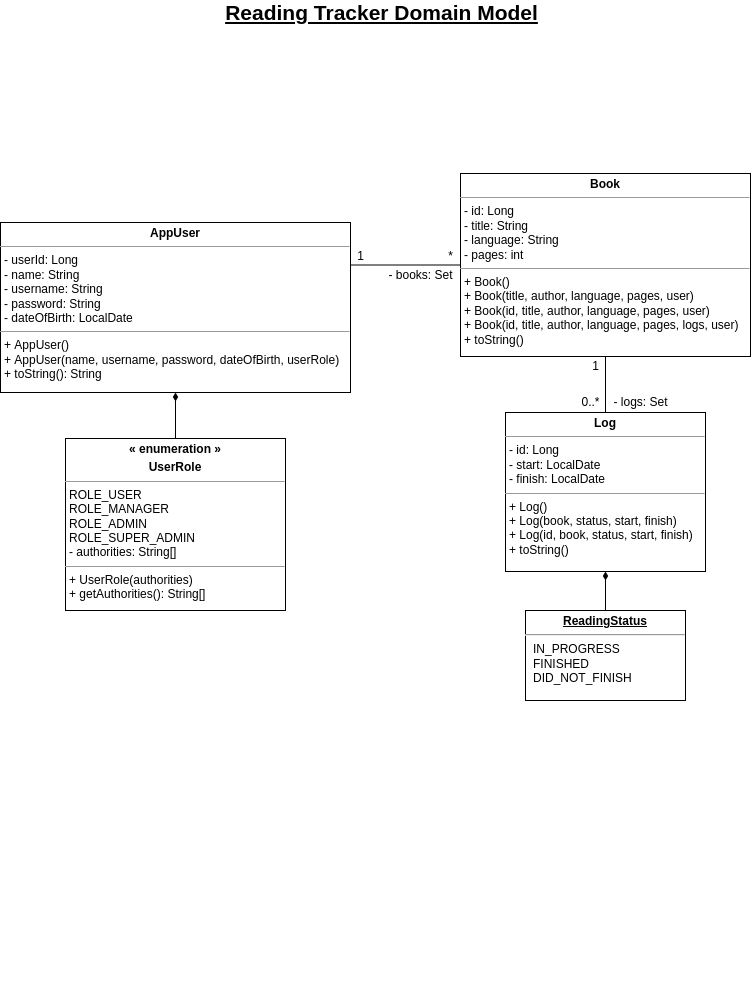
oneexists/readingTracker keeps this draw.io diagram as img/reading_tracker_domain.png. Above is the earlier version. Source tidied: cells renumbered, new cells last; positions are measured from the earlier drawing's top-left corner, leaving out a move shared by most shapes.
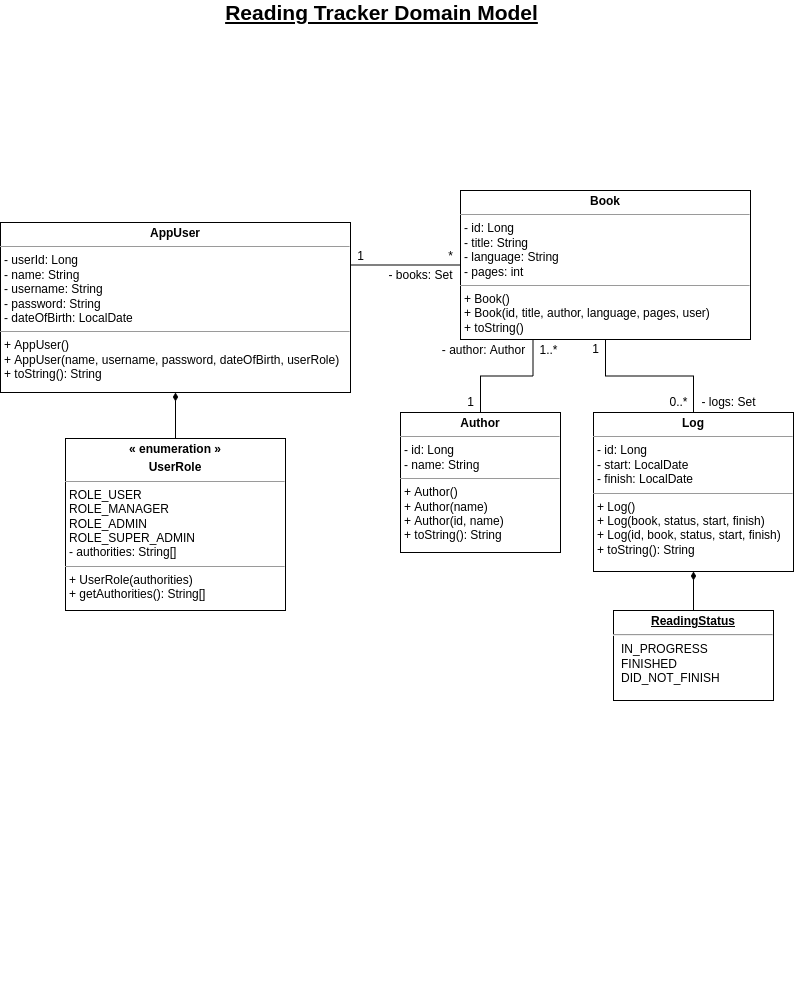
Later version of the same file.

Commit message:
update domain diagram

The edit, as a diff of the source:
```diff
@@ -14,8 +14,8 @@
     <mxCell id="5" style="edgeStyle=orthogonalEdgeStyle;rounded=0;jettySize=auto;html=1;entryX=1;entryY=0.25;entryDx=0;entryDy=0;endArrow=none;endFill=0;" parent="1" edge="1" source="6" target="2">
       <mxGeometry relative="1" as="geometry" />
     </mxCell>
-    <mxCell id="6" value="&lt;p style=&quot;margin: 0px ; margin-top: 4px ; text-align: center&quot;&gt;&lt;b&gt;Book&lt;/b&gt;&lt;/p&gt;&lt;hr size=&quot;1&quot;&gt;&lt;p style=&quot;margin: 0px ; margin-left: 4px&quot;&gt;- id: Long&lt;/p&gt;&lt;p style=&quot;margin: 0px ; margin-left: 4px&quot;&gt;- title: String&lt;/p&gt;&lt;p style=&quot;margin: 0px ; margin-left: 4px&quot;&gt;- language: String&lt;/p&gt;&lt;p style=&quot;margin: 0px ; margin-left: 4px&quot;&gt;- pages: int&lt;/p&gt;&lt;hr size=&quot;1&quot;&gt;&lt;p style=&quot;margin: 0px ; margin-left: 4px&quot;&gt;+ Book()&lt;/p&gt;&lt;p style=&quot;margin: 0px ; margin-left: 4px&quot;&gt;+ Book(title, author, language, pages, user)&lt;/p&gt;&lt;p style=&quot;margin: 0px ; margin-left: 4px&quot;&gt;+ Book(id, title, author, language, pages, user)&lt;/p&gt;&lt;p style=&quot;margin: 0px ; margin-left: 4px&quot;&gt;+ Book(id, title, author, language, pages, logs, user)&lt;/p&gt;&lt;p style=&quot;margin: 0px ; margin-left: 4px&quot;&gt;+ toString()&lt;/p&gt;" style="verticalAlign=top;align=left;overflow=fill;fontSize=12;fontFamily=Helvetica;html=1;" parent="1" vertex="1">
-      <mxGeometry x="460" y="171" width="290" height="183" as="geometry" />
+    <mxCell id="6" value="&lt;p style=&quot;margin: 0px ; margin-top: 4px ; text-align: center&quot;&gt;&lt;b&gt;Book&lt;/b&gt;&lt;/p&gt;&lt;hr size=&quot;1&quot;&gt;&lt;p style=&quot;margin: 0px ; margin-left: 4px&quot;&gt;- id: Long&lt;/p&gt;&lt;p style=&quot;margin: 0px ; margin-left: 4px&quot;&gt;- title: String&lt;/p&gt;&lt;p style=&quot;margin: 0px ; margin-left: 4px&quot;&gt;- language: String&lt;/p&gt;&lt;p style=&quot;margin: 0px ; margin-left: 4px&quot;&gt;- pages: int&lt;/p&gt;&lt;hr size=&quot;1&quot;&gt;&lt;p style=&quot;margin: 0px ; margin-left: 4px&quot;&gt;+ Book()&lt;/p&gt;&lt;p style=&quot;margin: 0px ; margin-left: 4px&quot;&gt;&lt;span&gt;+ Book(id, title, author, language, pages, user)&lt;/span&gt;&lt;br&gt;&lt;/p&gt;&lt;p style=&quot;margin: 0px ; margin-left: 4px&quot;&gt;&lt;span&gt;+ toString()&lt;/span&gt;&lt;br&gt;&lt;/p&gt;" style="verticalAlign=top;align=left;overflow=fill;fontSize=12;fontFamily=Helvetica;html=1;" parent="1" vertex="1">
+      <mxGeometry x="460" y="188" width="290" height="149" as="geometry" />
     </mxCell>
     <mxCell id="7" value="1" style="text;html=1;align=center;verticalAlign=middle;strokeColor=none;fillColor=none;" parent="1" vertex="1">
       <mxGeometry x="350" y="244" width="20" height="20" as="geometry" />
@@ -26,26 +26,26 @@
     <mxCell id="9" style="edgeStyle=orthogonalEdgeStyle;rounded=0;jettySize=auto;html=1;endArrow=none;endFill=0;entryX=0.5;entryY=1;entryDx=0;entryDy=0;" parent="1" edge="1" source="10" target="6">
       <mxGeometry relative="1" as="geometry" />
     </mxCell>
-    <mxCell id="10" value="&lt;p style=&quot;margin: 0px ; margin-top: 4px ; text-align: center&quot;&gt;&lt;b&gt;Log&lt;/b&gt;&lt;/p&gt;&lt;hr size=&quot;1&quot;&gt;&lt;p style=&quot;margin: 0px ; margin-left: 4px&quot;&gt;- id: Long&lt;/p&gt;&lt;p style=&quot;margin: 0px ; margin-left: 4px&quot;&gt;- start: LocalDate&lt;/p&gt;&lt;p style=&quot;margin: 0px ; margin-left: 4px&quot;&gt;- finish: LocalDate&lt;/p&gt;&lt;hr size=&quot;1&quot;&gt;&lt;p style=&quot;margin: 0px ; margin-left: 4px&quot;&gt;+ Log()&lt;/p&gt;&lt;p style=&quot;margin: 0px ; margin-left: 4px&quot;&gt;+ Log(book, status, start, finish)&lt;/p&gt;&lt;p style=&quot;margin: 0px ; margin-left: 4px&quot;&gt;+ Log(id, book, status, start, finish)&lt;/p&gt;&lt;p style=&quot;margin: 0px ; margin-left: 4px&quot;&gt;+ toString()&lt;/p&gt;" style="verticalAlign=top;align=left;overflow=fill;fontSize=12;fontFamily=Helvetica;html=1;" parent="1" vertex="1">
-      <mxGeometry x="505" y="410" width="200" height="159" as="geometry" />
+    <mxCell id="10" value="&lt;p style=&quot;margin: 0px ; margin-top: 4px ; text-align: center&quot;&gt;&lt;b&gt;Log&lt;/b&gt;&lt;/p&gt;&lt;hr size=&quot;1&quot;&gt;&lt;p style=&quot;margin: 0px ; margin-left: 4px&quot;&gt;- id: Long&lt;/p&gt;&lt;p style=&quot;margin: 0px ; margin-left: 4px&quot;&gt;- start: LocalDate&lt;/p&gt;&lt;p style=&quot;margin: 0px ; margin-left: 4px&quot;&gt;- finish: LocalDate&lt;/p&gt;&lt;hr size=&quot;1&quot;&gt;&lt;p style=&quot;margin: 0px ; margin-left: 4px&quot;&gt;+ Log()&lt;/p&gt;&lt;p style=&quot;margin: 0px ; margin-left: 4px&quot;&gt;+ Log(book, status, start, finish)&lt;/p&gt;&lt;p style=&quot;margin: 0px ; margin-left: 4px&quot;&gt;+ Log(id, book, status, start, finish)&lt;/p&gt;&lt;p style=&quot;margin: 0px ; margin-left: 4px&quot;&gt;+ toString(): String&lt;/p&gt;" style="verticalAlign=top;align=left;overflow=fill;fontSize=12;fontFamily=Helvetica;html=1;" parent="1" vertex="1">
+      <mxGeometry x="593" y="410" width="200" height="159" as="geometry" />
     </mxCell>
     <mxCell id="11" value="1" style="text;html=1;align=center;verticalAlign=middle;strokeColor=none;fillColor=none;" parent="1" vertex="1">
-      <mxGeometry x="585" y="354" width="20" height="20" as="geometry" />
+      <mxGeometry x="585" y="337" width="20" height="20" as="geometry" />
     </mxCell>
     <mxCell id="12" value="0..*" style="text;html=1;align=center;verticalAlign=middle;strokeColor=none;fillColor=none;" parent="1" vertex="1">
-      <mxGeometry x="575" y="390" width="30" height="20" as="geometry" />
+      <mxGeometry x="663" y="390" width="30" height="20" as="geometry" />
     </mxCell>
     <mxCell id="13" value="- books: Set" style="text;html=1;align=center;verticalAlign=middle;strokeColor=none;fillColor=none;" parent="1" vertex="1">
       <mxGeometry x="380" y="263" width="80" height="20" as="geometry" />
     </mxCell>
     <mxCell id="14" value="- logs: Set" style="text;html=1;align=center;verticalAlign=middle;strokeColor=none;fillColor=none;" parent="1" vertex="1">
-      <mxGeometry x="605" y="390" width="70" height="20" as="geometry" />
+      <mxGeometry x="693" y="390" width="70" height="20" as="geometry" />
     </mxCell>
     <mxCell id="15" style="edgeStyle=orthogonalEdgeStyle;rounded=0;jettySize=auto;html=1;endArrow=diamondThin;endFill=1;" parent="1" edge="1" source="16" target="10">
       <mxGeometry relative="1" as="geometry" />
     </mxCell>
     <mxCell id="16" value="&lt;p style=&quot;margin: 0px ; margin-top: 4px ; text-align: center ; text-decoration: underline&quot;&gt;&lt;b&gt;ReadingStatus&lt;/b&gt;&lt;/p&gt;&lt;hr&gt;&lt;p style=&quot;margin: 0px ; margin-left: 8px&quot;&gt;IN_PROGRESS&lt;/p&gt;&lt;p style=&quot;margin: 0px ; margin-left: 8px&quot;&gt;FINISHED&lt;/p&gt;&lt;p style=&quot;margin: 0px ; margin-left: 8px&quot;&gt;DID_NOT_FINISH&lt;/p&gt;" style="verticalAlign=top;align=left;overflow=fill;fontSize=12;fontFamily=Helvetica;html=1;" parent="1" vertex="1">
-      <mxGeometry x="525" y="608" width="160" height="90" as="geometry" />
+      <mxGeometry x="613" y="608" width="160" height="90" as="geometry" />
     </mxCell>
     <mxCell id="17" value="&lt;b&gt;&lt;u&gt;&lt;font style=&quot;font-size: 21px&quot;&gt;Reading Tracker Domain Model&lt;/font&gt;&lt;/u&gt;&lt;/b&gt;" style="text;html=1;align=center;verticalAlign=middle;strokeColor=none;fillColor=none;" parent="1" vertex="1">
       <mxGeometry x="216" width="330" height="20" as="geometry" />
@@ -53,5 +53,20 @@
     <mxCell id="18" value="&amp;nbsp; &amp;nbsp; &amp;nbsp; &amp;nbsp;" style="text;html=1;align=center;verticalAlign=middle;strokeColor=none;fillColor=none;fontSize=21;" parent="1" vertex="1">
       <mxGeometry x="380" y="975" width="60" height="30" as="geometry" />
     </mxCell>
+    <mxCell id="19" style="edgeStyle=orthogonalEdgeStyle;rounded=0;jettySize=auto;html=1;entryX=0.25;entryY=1;entryDx=0;entryDy=0;endArrow=none;endFill=0;" parent="1" edge="1" source="20" target="6">
+      <mxGeometry relative="1" as="geometry" />
+    </mxCell>
+    <mxCell id="20" value="&lt;p style=&quot;margin: 0px ; margin-top: 4px ; text-align: center&quot;&gt;&lt;b&gt;Author&lt;/b&gt;&lt;/p&gt;&lt;hr size=&quot;1&quot;&gt;&lt;p style=&quot;margin: 0px ; margin-left: 4px&quot;&gt;- id: Long&lt;/p&gt;&lt;p style=&quot;margin: 0px ; margin-left: 4px&quot;&gt;- name: String&lt;/p&gt;&lt;hr size=&quot;1&quot;&gt;&lt;p style=&quot;margin: 0px ; margin-left: 4px&quot;&gt;+ Author()&lt;/p&gt;&lt;p style=&quot;margin: 0px ; margin-left: 4px&quot;&gt;+ Author(name)&lt;/p&gt;&lt;p style=&quot;margin: 0px ; margin-left: 4px&quot;&gt;+ Author(id, name)&lt;/p&gt;&lt;p style=&quot;margin: 0px ; margin-left: 4px&quot;&gt;+ toString(): String&lt;/p&gt;" style="verticalAlign=top;align=left;overflow=fill;fontSize=12;fontFamily=Helvetica;html=1;" parent="1" vertex="1">
+      <mxGeometry x="400" y="410" width="160" height="140" as="geometry" />
+    </mxCell>
+    <mxCell id="21" value="1..*" style="text;html=1;align=center;verticalAlign=middle;strokeColor=none;fillColor=none;" parent="1" vertex="1">
+      <mxGeometry x="533" y="338" width="30" height="20" as="geometry" />
+    </mxCell>
+    <mxCell id="22" value="1" style="text;html=1;align=center;verticalAlign=middle;strokeColor=none;fillColor=none;" parent="1" vertex="1">
+      <mxGeometry x="460" y="390" width="20" height="20" as="geometry" />
+    </mxCell>
+    <mxCell id="23" value="- author: Author" style="text;html=1;align=center;verticalAlign=middle;strokeColor=none;fillColor=none;" parent="1" vertex="1">
+      <mxGeometry x="433" y="338" width="100" height="20" as="geometry" />
+    </mxCell>
   </root>
 </mxGraphModel>
```
